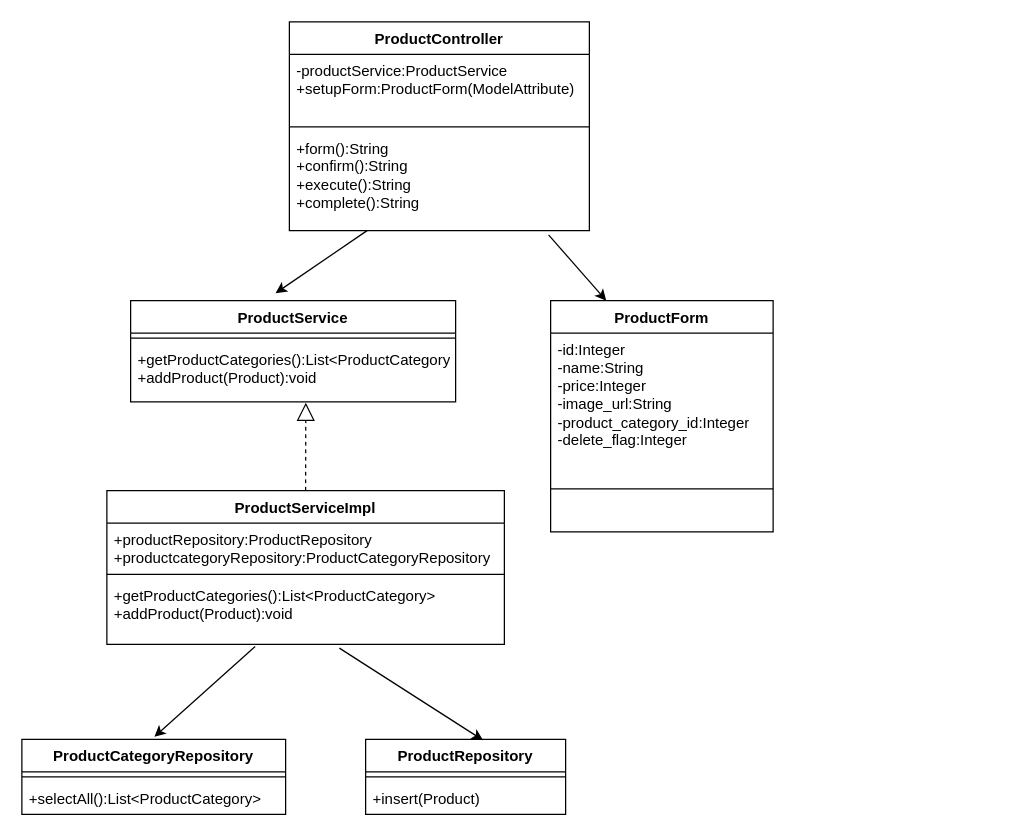
Earlier version of the draw.io diagram plan/uml/class/classUC010.drawio (NstecEmp-013/team-dev-spring-boot-ec). Source tidied: cells renumbered, new cells numbered last; positions are measured from the earlier drawing's top-left corner, leaving out a move shared by most shapes. Both pictures are drawn from the tidied source at 125%, with x=0, y=0 at pixel (21, 21).
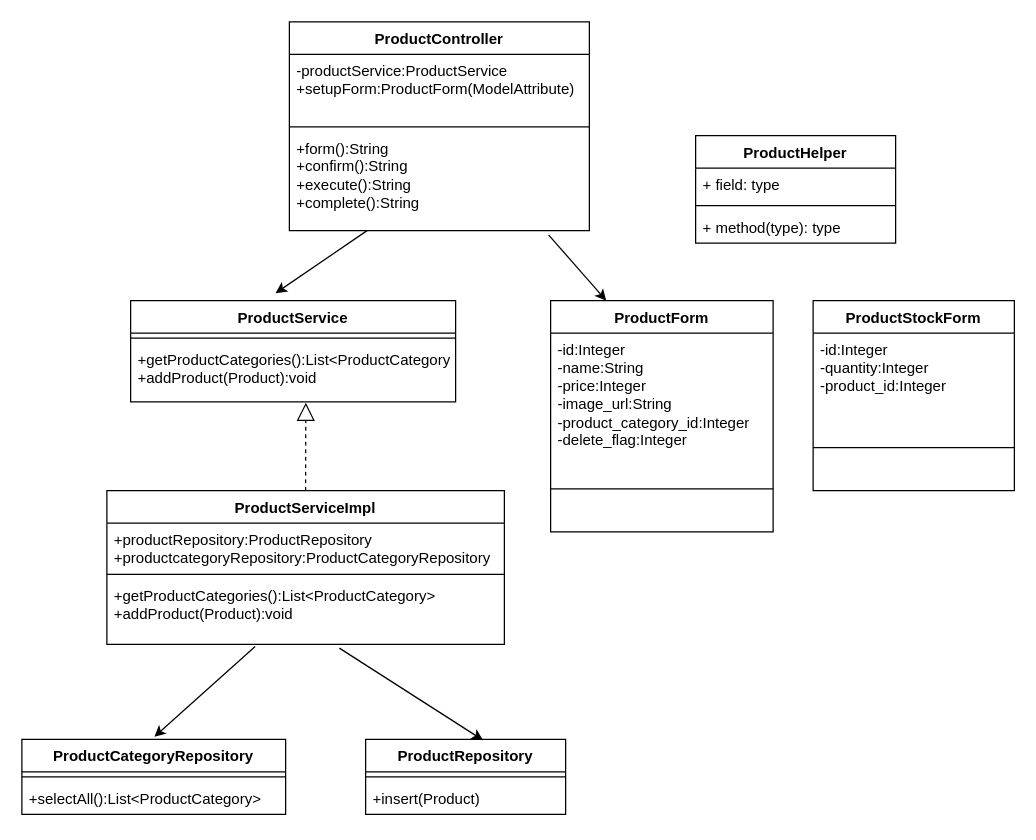
The same page after the edit.

The edit, as a diff of the source:
```diff
@@
+    <mxCell id="27" value="ProductHelper" style="swimlane;fontStyle=1;align=center;verticalAlign=top;horizontal=1;startSize=26;whiteSpace=wrap;html=1;" parent="1" vertex="1">
+      <mxGeometry x="539" y="91" width="160" height="86" as="geometry" />
+    </mxCell>
+    <mxCell id="28" value="+ field: type" style="text;strokeColor=none;fillColor=none;align=left;verticalAlign=top;spacingLeft=4;spacingRight=4;overflow=hidden;whiteSpace=wrap;html=1;" parent="27" vertex="1">
+      <mxGeometry y="26" width="160" height="26" as="geometry" />
+    </mxCell>
+    <mxCell id="29" style="line;strokeWidth=1;fillColor=none;align=left;verticalAlign=middle;spacingTop=-1;spacingLeft=3;spacingRight=3;labelPosition=right;strokeColor=inherit;" parent="27" vertex="1">
+      <mxGeometry y="52" width="160" height="8" as="geometry" />
+    </mxCell>
+    <mxCell id="30" value="+ method(type): type" style="text;strokeColor=none;fillColor=none;align=left;verticalAlign=top;spacingLeft=4;spacingRight=4;overflow=hidden;whiteSpace=wrap;html=1;" parent="27" vertex="1">
+      <mxGeometry y="60" width="160" height="26" as="geometry" />
+    </mxCell>
+    <mxCell id="31" value="ProductStockForm" style="swimlane;fontStyle=1;align=center;verticalAlign=top;horizontal=1;startSize=26;whiteSpace=wrap;html=1;" parent="1" vertex="1">
+      <mxGeometry x="633" y="223" width="161" height="152" as="geometry" />
+    </mxCell>
+    <mxCell id="32" value="-id:Integer&lt;div&gt;-quantity:Integer&lt;/div&gt;&lt;div&gt;-product_id:Integer&lt;/div&gt;" style="text;strokeColor=none;fillColor=none;align=left;verticalAlign=top;spacingLeft=4;spacingRight=4;overflow=hidden;whiteSpace=wrap;html=1;" parent="31" vertex="1">
+      <mxGeometry y="26" width="161" height="57" as="geometry" />
+    </mxCell>
+    <mxCell id="33" style="line;strokeWidth=1;fillColor=none;align=left;verticalAlign=middle;spacingTop=-1;spacingLeft=3;spacingRight=3;labelPosition=right;strokeColor=inherit;" parent="31" vertex="1">
+      <mxGeometry y="83" width="161" height="69" as="geometry" />
+    </mxCell>
```
